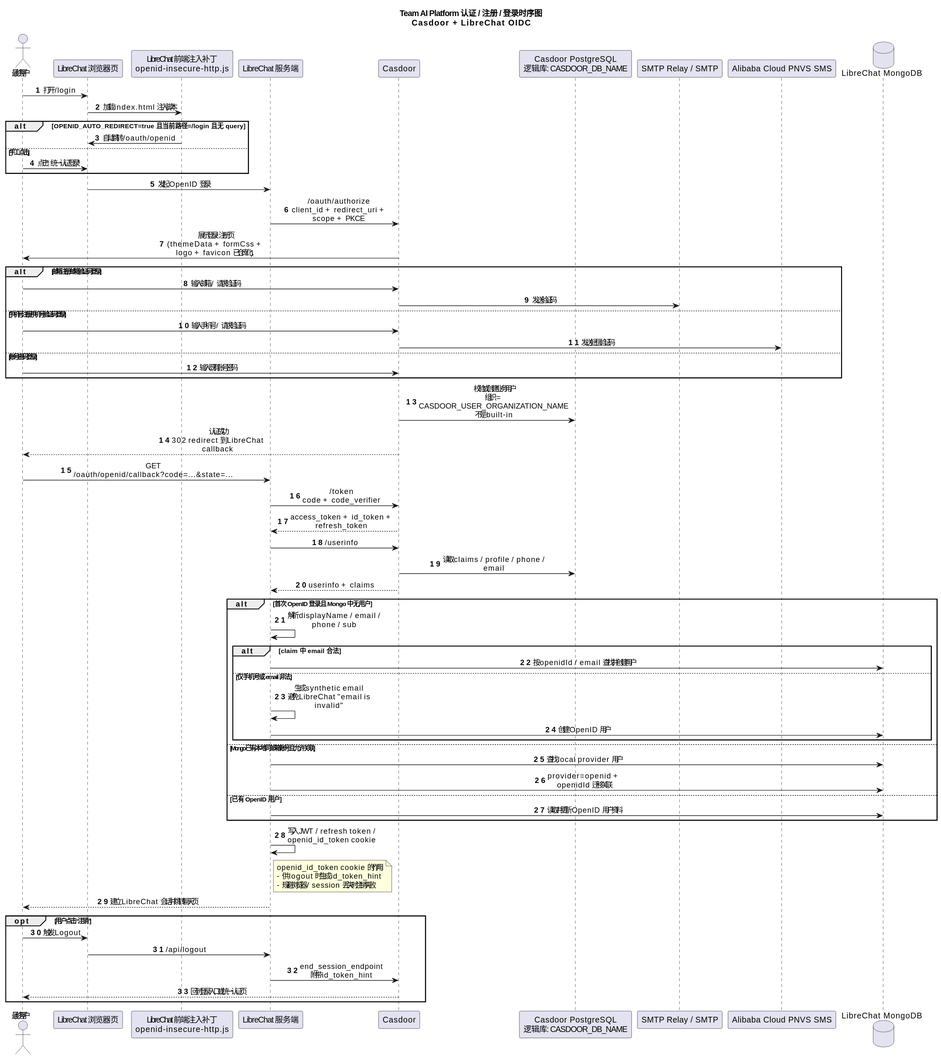
The PlantUML diagram docs/architecture/svg/20260422_162931_auth_registration_login_sequence.svg in liguiqi/Team-AI-Platform, before a commit. Its diagram source:
```plantuml
@startuml
title Team AI Platform 认证 / 注册 / 登录时序图\nCasdoor + LibreChat OIDC

autonumber
skinparam shadowing false
skinparam sequenceMessageAlign center
skinparam wrapWidth 240
skinparam maxMessageSize 180

actor "最终用户" as User
participant "LibreChat 浏览器页" as LCUI
participant "LibreChat 前端注入补丁\nopenid-insecure-http.js" as LCPatch
participant "LibreChat 服务端" as LCApi
participant "Casdoor" as Casdoor
participant "Casdoor PostgreSQL\n逻辑库: CASDOOR_DB_NAME" as CasDB
participant "SMTP Relay / SMTP" as Mail
participant "Alibaba Cloud PNVS SMS" as Sms
database "LibreChat MongoDB" as Mongo

User -> LCUI : 打开 /login
LCUI -> LCPatch : 加载 index.html 注入脚本

alt OPENID_AUTO_REDIRECT=true 且当前路径=/login 且无 query
  LCPatch -> LCUI : 自动跳转 /oauth/openid
else 手工点击
  User -> LCUI : 点击“统一认证登录”
end

LCUI -> LCApi : 发起 OpenID 登录
LCApi -> Casdoor : /oauth/authorize\nclient_id + redirect_uri + scope + PKCE
Casdoor -> User : 展示登录/注册页\n(themeData + formCss + logo + favicon 已仓库化)

alt 邮箱注册/邮箱验证码登录
  User -> Casdoor : 输入邮箱 / 请求验证码
  Casdoor -> Mail : 发送验证码
else 手机号注册/手机号验证码登录
  User -> Casdoor : 输入手机号 / 请求验证码
  Casdoor -> Sms : 发送短信验证码
else 账号密码登录
  User -> Casdoor : 输入既有账号密码
end

Casdoor -> CasDB : 校验或创建业务用户\n组织 = CASDOOR_USER_ORGANIZATION_NAME\n不是 built-in
Casdoor --> User : 认证成功\n302 redirect 到 LibreChat callback

User -> LCApi : GET /oauth/openid/callback?code=...&state=...
LCApi -> Casdoor : /token\ncode + code_verifier
Casdoor --> LCApi : access_token + id_token + refresh_token
LCApi -> Casdoor : /userinfo
Casdoor -> CasDB : 读取 claims / profile / phone / email
Casdoor --> LCApi : userinfo + claims

alt 首次 OpenID 登录且 Mongo 中无用户
  LCApi -> LCApi : 解析 displayName / email / phone / sub
  alt claim 中 email 合法
    LCApi -> Mongo : 按 openidId / email 查找并创建用户
  else 仅手机号或 email 非法
    LCApi -> LCApi : 生成 synthetic email\n避免 LibreChat "email is invalid"
    LCApi -> Mongo : 创建 OpenID 用户
  end
else Mongo 已有本地同邮箱账号且允许关联
  LCApi -> Mongo : 查找 local provider 用户
  LCApi -> Mongo : provider=openid + openidId 迁移关联
else 已有 OpenID 用户
  LCApi -> Mongo : 读取并更新 OpenID 用户资料
end

LCApi -> LCApi : 写入 JWT / refresh token /\nopenid_id_token cookie
note right of LCApi
openid_id_token cookie 的作用:
- 供 logout 时生成 id_token_hint
- 规避浏览器 / session 丢失时注销失败
end note

LCApi --> User : 建立 LibreChat 会话并跳转聊天页

opt 用户点击“注销”
  User -> LCUI : 触发 Logout
  LCUI -> LCApi : /api/logout
  LCApi -> Casdoor : end_session_endpoint\n附带 id_token_hint
  Casdoor --> User : 回到登录入口或统一认证页
end
@enduml
```
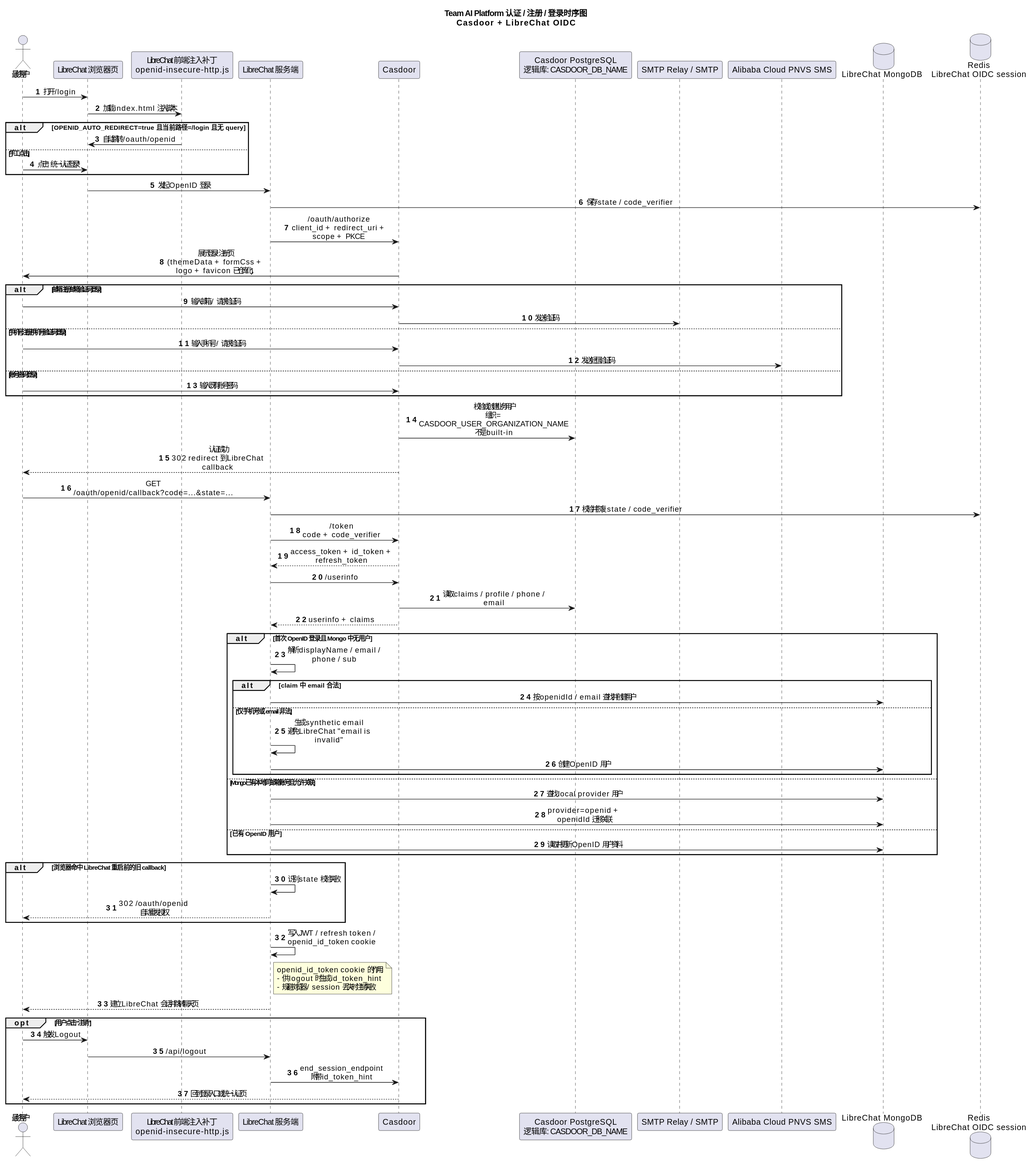
After the commit.

Diff of the diagram source:
```diff
@@ -16,6 +16,7 @@
 participant "SMTP Relay / SMTP" as Mail
 participant "Alibaba Cloud PNVS SMS" as Sms
 database "LibreChat MongoDB" as Mongo
+database "Redis\nLibreChat OIDC session" as Redis
 
 User -> LCUI : 打开 /login
 LCUI -> LCPatch : 加载 index.html 注入脚本
@@ -27,6 +28,7 @@
 end
 
 LCUI -> LCApi : 发起 OpenID 登录
+LCApi -> Redis : 保存 state / code_verifier
 LCApi -> Casdoor : /oauth/authorize\nclient_id + redirect_uri + scope + PKCE
 Casdoor -> User : 展示登录/注册页\n(themeData + formCss + logo + favicon 已仓库化)
 
@@ -44,6 +46,7 @@
 Casdoor --> User : 认证成功\n302 redirect 到 LibreChat callback
 
 User -> LCApi : GET /oauth/openid/callback?code=...&state=...
+LCApi -> Redis : 校验并恢复 state / code_verifier
 LCApi -> Casdoor : /token\ncode + code_verifier
 Casdoor --> LCApi : access_token + id_token + refresh_token
 LCApi -> Casdoor : /userinfo
@@ -65,6 +68,11 @@
   LCApi -> Mongo : 读取并更新 OpenID 用户资料
 end
 
+alt 浏览器命中 LibreChat 重启前的旧 callback
+  LCApi -> LCApi : 识别 state 校验失败
+  LCApi --> User : 302 /oauth/openid\n自动重发授权
+end
+
 LCApi -> LCApi : 写入 JWT / refresh token /\nopenid_id_token cookie
 note right of LCApi
 openid_id_token cookie 的作用:
```
